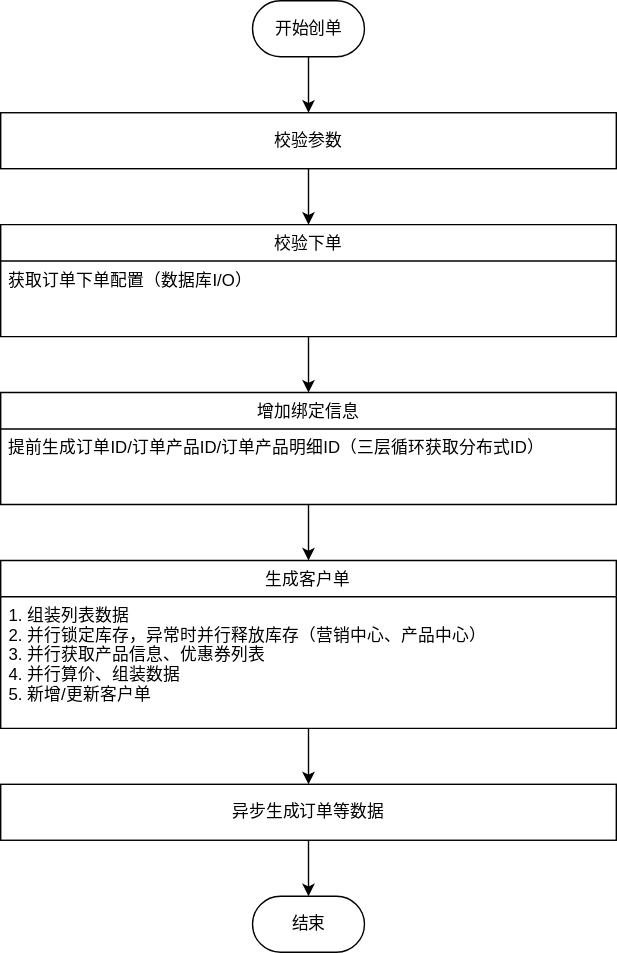
The draw.io diagram 推单流程.svg in cdwxw/cdwxw, before a commit. Source tidied: cells renumbered, new cells last; positions are measured from the earlier drawing's top-left corner, leaving out a move shared by most shapes.
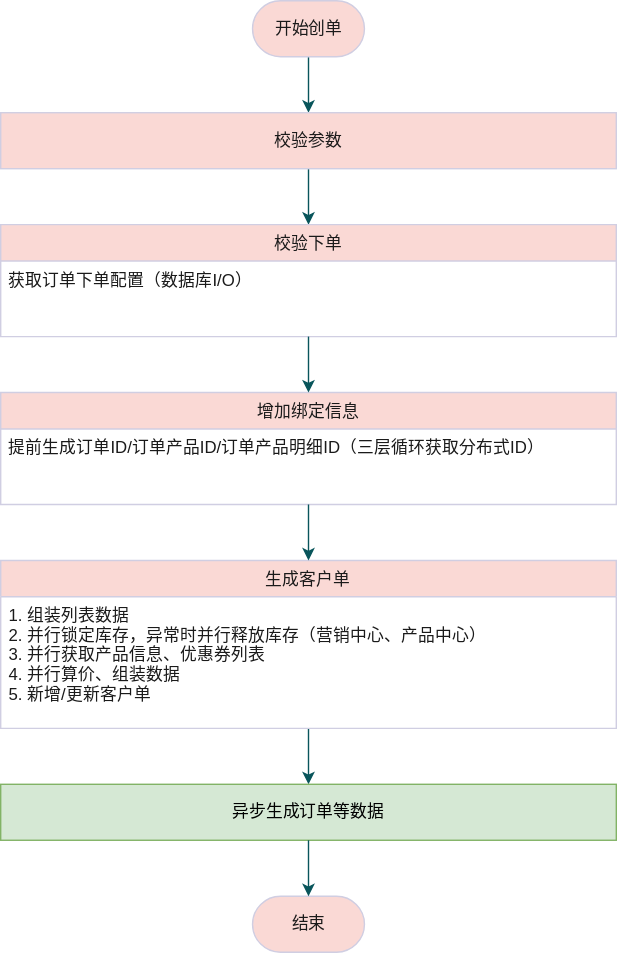
After the commit.

Diff of the diagram source:
```diff
@@ -2,52 +2,52 @@
   <root>
     <mxCell id="0" />
     <mxCell id="1" parent="0" />
-    <mxCell id="2" style="edgeStyle=orthogonalEdgeStyle;jettySize=auto;html=1;" parent="1" edge="1" source="3" target="5">
+    <mxCell id="2" style="edgeStyle=orthogonalEdgeStyle;jettySize=auto;html=1;strokeColor=#09555B;fontColor=#1A1A1A;" parent="1" edge="1" source="3" target="5">
       <mxGeometry relative="1" as="geometry" />
     </mxCell>
-    <mxCell id="3" value="开始创单" style="html=1;dashed=0;whitespace=wrap;shape=mxgraph.dfd.start;" parent="1" vertex="1">
+    <mxCell id="3" value="开始创单" style="html=1;dashed=0;whitespace=wrap;shape=mxgraph.dfd.start;fillColor=#FAD9D5;strokeColor=#D0CEE2;fontColor=#1A1A1A;" parent="1" vertex="1">
       <mxGeometry x="180" width="80" height="40" as="geometry" />
     </mxCell>
-    <mxCell id="4" style="edgeStyle=orthogonalEdgeStyle;curved=0;rounded=1;sketch=0;jettySize=auto;html=1;exitX=0.5;exitY=1;exitDx=0;exitDy=0;entryX=0.5;entryY=0;entryDx=0;entryDy=0;" parent="1" edge="1" source="5" target="6">
+    <mxCell id="4" style="edgeStyle=orthogonalEdgeStyle;curved=0;rounded=1;sketch=0;jettySize=auto;html=1;exitX=0.5;exitY=1;exitDx=0;exitDy=0;entryX=0.5;entryY=0;entryDx=0;entryDy=0;strokeColor=#09555B;fontColor=#1A1A1A;" parent="1" edge="1" source="5" target="6">
       <mxGeometry relative="1" as="geometry" />
     </mxCell>
-    <mxCell id="5" value="校验参数" style="whiteSpace=wrap;html=1;dashed=0;" parent="1" vertex="1">
+    <mxCell id="5" value="校验参数" style="whiteSpace=wrap;html=1;dashed=0;fillColor=#FAD9D5;strokeColor=#D0CEE2;fontColor=#1A1A1A;" parent="1" vertex="1">
       <mxGeometry y="80" width="440" height="40" as="geometry" />
     </mxCell>
-    <mxCell id="6" value="校验下单" style="swimlane;fontStyle=0;horizontal=1;startSize=26;" parent="1" vertex="1">
+    <mxCell id="6" value="校验下单" style="swimlane;fontStyle=0;horizontal=1;startSize=26;fillColor=#FAD9D5;strokeColor=#D0CEE2;fontColor=#1A1A1A;" parent="1" vertex="1">
       <mxGeometry y="160" width="440" height="80" as="geometry" />
     </mxCell>
-    <mxCell id="7" value="获取订单下单配置（数据库I/O）" style="text;strokeColor=none;fillColor=none;align=left;verticalAlign=top;spacingLeft=4;spacingRight=4;overflow=hidden;" parent="6" vertex="1">
+    <mxCell id="7" value="获取订单下单配置（数据库I/O）" style="text;strokeColor=none;fillColor=none;align=left;verticalAlign=top;spacingLeft=4;spacingRight=4;overflow=hidden;fontColor=#1A1A1A;" parent="6" vertex="1">
       <mxGeometry y="26" width="440" height="54" as="geometry" />
     </mxCell>
-    <mxCell id="8" value="增加绑定信息" style="swimlane;fontStyle=0;horizontal=1;startSize=26;" parent="1" vertex="1">
+    <mxCell id="8" value="增加绑定信息" style="swimlane;fontStyle=0;horizontal=1;startSize=26;fillColor=#FAD9D5;strokeColor=#D0CEE2;fontColor=#1A1A1A;" parent="1" vertex="1">
       <mxGeometry y="280" width="440" height="80" as="geometry" />
     </mxCell>
-    <mxCell id="9" value="提前生成订单ID/订单产品ID/订单产品明细ID（三层循环获取分布式ID）" style="text;strokeColor=none;fillColor=none;align=left;verticalAlign=top;spacingLeft=4;spacingRight=4;overflow=hidden;" parent="8" vertex="1">
+    <mxCell id="9" value="提前生成订单ID/订单产品ID/订单产品明细ID（三层循环获取分布式ID）" style="text;strokeColor=none;fillColor=none;align=left;verticalAlign=top;spacingLeft=4;spacingRight=4;overflow=hidden;fontColor=#1A1A1A;" parent="8" vertex="1">
       <mxGeometry y="26" width="440" height="54" as="geometry" />
     </mxCell>
-    <mxCell id="10" style="edgeStyle=orthogonalEdgeStyle;curved=0;rounded=1;sketch=0;jettySize=auto;html=1;" parent="1" edge="1" source="11" target="13">
+    <mxCell id="10" style="edgeStyle=orthogonalEdgeStyle;curved=0;rounded=1;sketch=0;jettySize=auto;html=1;strokeColor=#09555B;fontColor=#1A1A1A;" parent="1" edge="1" source="11" target="13">
       <mxGeometry relative="1" as="geometry" />
     </mxCell>
-    <mxCell id="11" value="生成客户单" style="swimlane;fontStyle=0;horizontal=1;startSize=26;" parent="1" vertex="1">
+    <mxCell id="11" value="生成客户单" style="swimlane;fontStyle=0;horizontal=1;startSize=26;fillColor=#FAD9D5;strokeColor=#D0CEE2;fontColor=#1A1A1A;" parent="1" vertex="1">
       <mxGeometry y="400" width="440" height="120" as="geometry" />
     </mxCell>
-    <mxCell id="12" value="1. 组装列表数据&#10;2. 并行锁定库存，异常时并行释放库存（营销中心、产品中心）&#10;3. 并行获取产品信息、优惠券列表&#10;4. 并行算价、组装数据&#10;5. 新增/更新客户单" style="text;strokeColor=none;fillColor=none;align=left;verticalAlign=top;spacingLeft=4;spacingRight=4;overflow=hidden;" parent="11" vertex="1">
+    <mxCell id="12" value="1. 组装列表数据&#10;2. 并行锁定库存，异常时并行释放库存（营销中心、产品中心）&#10;3. 并行获取产品信息、优惠券列表&#10;4. 并行算价、组装数据&#10;5. 新增/更新客户单" style="text;strokeColor=none;fillColor=none;align=left;verticalAlign=top;spacingLeft=4;spacingRight=4;overflow=hidden;fontColor=#1A1A1A;" parent="11" vertex="1">
       <mxGeometry y="26" width="440" height="94" as="geometry" />
     </mxCell>
-    <mxCell id="13" value="异步生成订单等数据" style="whiteSpace=wrap;html=1;fontStyle=0;startSize=26;" parent="1" vertex="1">
+    <mxCell id="13" value="异步生成订单等数据" style="whiteSpace=wrap;html=1;fontStyle=0;startSize=26;fillColor=#d5e8d4;strokeColor=#82b366;" parent="1" vertex="1">
       <mxGeometry y="560" width="440" height="40" as="geometry" />
     </mxCell>
-    <mxCell id="14" value="结束" style="html=1;dashed=0;whitespace=wrap;shape=mxgraph.dfd.start;rounded=0;sketch=0;" parent="1" vertex="1">
+    <mxCell id="14" value="结束" style="html=1;dashed=0;whitespace=wrap;shape=mxgraph.dfd.start;rounded=0;sketch=0;fillColor=#FAD9D5;strokeColor=#D0CEE2;fontColor=#1A1A1A;" parent="1" vertex="1">
       <mxGeometry x="180" y="640" width="80" height="40" as="geometry" />
     </mxCell>
-    <mxCell id="15" style="edgeStyle=orthogonalEdgeStyle;curved=0;rounded=1;sketch=0;jettySize=auto;html=1;" parent="1" edge="1" source="13" target="14">
+    <mxCell id="15" style="edgeStyle=orthogonalEdgeStyle;curved=0;rounded=1;sketch=0;jettySize=auto;html=1;strokeColor=#09555B;fontColor=#1A1A1A;" parent="1" edge="1" source="13" target="14">
       <mxGeometry relative="1" as="geometry" />
     </mxCell>
-    <mxCell id="16" style="edgeStyle=orthogonalEdgeStyle;curved=0;rounded=1;sketch=0;jettySize=auto;html=1;" parent="1" edge="1" source="6" target="8">
+    <mxCell id="16" style="edgeStyle=orthogonalEdgeStyle;curved=0;rounded=1;sketch=0;jettySize=auto;html=1;strokeColor=#09555B;fontColor=#1A1A1A;" parent="1" edge="1" source="6" target="8">
       <mxGeometry relative="1" as="geometry" />
     </mxCell>
-    <mxCell id="17" style="edgeStyle=orthogonalEdgeStyle;curved=0;rounded=1;sketch=0;jettySize=auto;html=1;" parent="1" edge="1" source="8" target="11">
+    <mxCell id="17" style="edgeStyle=orthogonalEdgeStyle;curved=0;rounded=1;sketch=0;jettySize=auto;html=1;strokeColor=#09555B;fontColor=#1A1A1A;" parent="1" edge="1" source="8" target="11">
       <mxGeometry relative="1" as="geometry" />
     </mxCell>
   </root>
```
